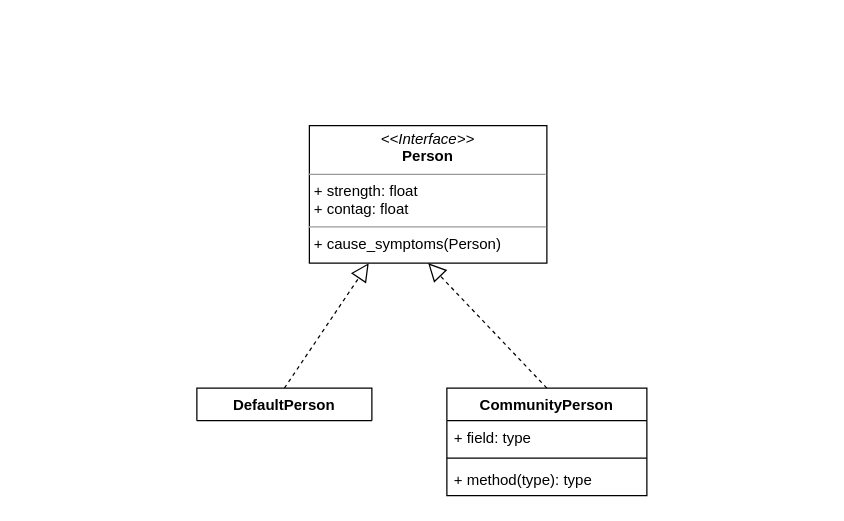
The draw.io diagram diagrams/Person Class.drawio in rolkon/covid-gof-patterns, before the edit. Source tidied: cells renumbered, new cells numbered last; positions are measured from the earlier drawing's top-left corner, leaving out a move shared by most shapes. Both pictures are drawn from the tidied source at 125%, with x=0, y=0 at pixel (196, 125).
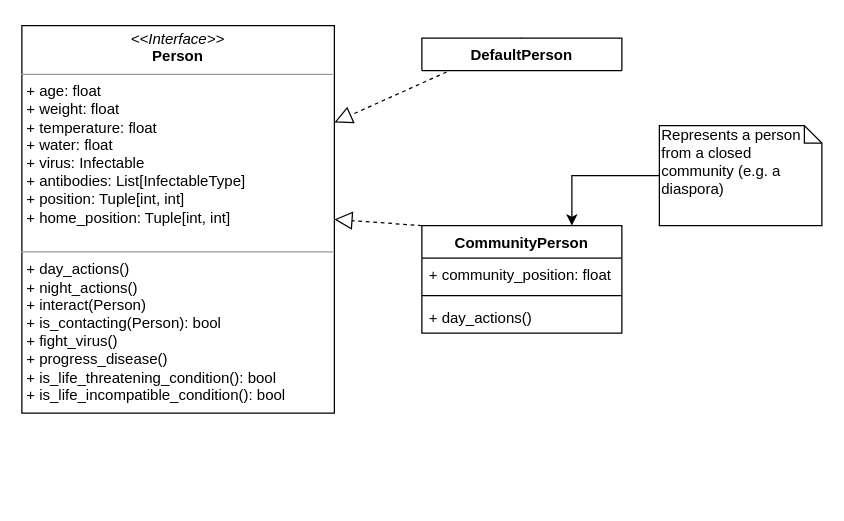
The same diagram, later.

Diff of the diagram source:
```diff
@@
 <mxGraphModel>
   <root>
     <mxCell id="0" />
     <mxCell id="1" parent="0" />
-    <mxCell id="2" value="&lt;p style=&quot;margin: 0px ; margin-top: 4px ; text-align: center&quot;&gt;&lt;i&gt;&amp;lt;&amp;lt;Interface&amp;gt;&amp;gt;&lt;/i&gt;&lt;br&gt;&lt;b&gt;Person&lt;/b&gt;&lt;/p&gt;&lt;hr size=&quot;1&quot;&gt;&lt;p style=&quot;margin: 0px ; margin-left: 4px&quot;&gt;+ strength: float&lt;br&gt;+ contag: float&lt;/p&gt;&lt;hr size=&quot;1&quot;&gt;&lt;p style=&quot;margin: 0px ; margin-left: 4px&quot;&gt;+ cause_symptoms(Person)&lt;/p&gt;" style="verticalAlign=top;align=left;overflow=fill;fontSize=12;fontFamily=Helvetica;html=1;" parent="1" vertex="1">
-      <mxGeometry x="90" width="190" height="110" as="geometry" />
+    <mxCell id="2" value="&lt;p style=&quot;margin: 0px ; margin-top: 4px ; text-align: center&quot;&gt;&lt;i&gt;&amp;lt;&amp;lt;Interface&amp;gt;&amp;gt;&lt;/i&gt;&lt;br&gt;&lt;b&gt;Person&lt;/b&gt;&lt;/p&gt;&lt;hr size=&quot;1&quot;&gt;&lt;p style=&quot;margin: 0px ; margin-left: 4px&quot;&gt;+ age: float&lt;br&gt;+ weight: float&lt;/p&gt;&lt;p style=&quot;margin: 0px ; margin-left: 4px&quot;&gt;+ temperature: float&lt;/p&gt;&lt;p style=&quot;margin: 0px ; margin-left: 4px&quot;&gt;+ water: float&lt;/p&gt;&lt;p style=&quot;margin: 0px ; margin-left: 4px&quot;&gt;+ virus: Infectable&lt;/p&gt;&lt;p style=&quot;margin: 0px ; margin-left: 4px&quot;&gt;+ antibodies: List[InfectableType]&lt;/p&gt;&lt;p style=&quot;margin: 0px ; margin-left: 4px&quot;&gt;+ position: Tuple[int, int]&lt;/p&gt;&lt;p style=&quot;margin: 0px ; margin-left: 4px&quot;&gt;+ home_position: Tuple[int, int]&lt;/p&gt;&lt;br&gt;&lt;hr size=&quot;1&quot;&gt;&lt;p style=&quot;margin: 0px ; margin-left: 4px&quot;&gt;+&amp;nbsp;day_actions()&lt;br&gt;&lt;/p&gt;&lt;p style=&quot;margin: 0px ; margin-left: 4px&quot;&gt;+ night_actions()&lt;/p&gt;&lt;p style=&quot;margin: 0px ; margin-left: 4px&quot;&gt;+&amp;nbsp;interact(Person)&lt;/p&gt;&lt;p style=&quot;margin: 0px ; margin-left: 4px&quot;&gt;+&amp;nbsp;is_contacting(Person): bool&lt;/p&gt;&lt;p style=&quot;margin: 0px ; margin-left: 4px&quot;&gt;+&amp;nbsp;fight_virus()&lt;/p&gt;&lt;p style=&quot;margin: 0px ; margin-left: 4px&quot;&gt;+&amp;nbsp;progress_disease()&lt;/p&gt;&lt;p style=&quot;margin: 0px ; margin-left: 4px&quot;&gt;+&amp;nbsp;is_life_threatening_condition(): bool&lt;/p&gt;&lt;p style=&quot;margin: 0px ; margin-left: 4px&quot;&gt;+ is_life_incompatible_condition(): bool&lt;br&gt;&lt;/p&gt;" style="verticalAlign=top;align=left;overflow=fill;fontSize=12;fontFamily=Helvetica;html=1;" parent="1" vertex="1">
+      <mxGeometry x="-140" y="-80" width="250" height="310" as="geometry" />
     </mxCell>
-    <mxCell id="3" style="endArrow=block;dashed=1;endFill=0;endSize=12;html=1;exitX=0.5;exitY=0;exitDx=0;exitDy=0;entryX=0.25;entryY=1;entryDx=0;entryDy=0;" parent="1" edge="1" source="5" target="2">
+    <mxCell id="3" style="endArrow=block;dashed=1;endFill=0;endSize=12;html=1;exitX=0.5;exitY=0;exitDx=0;exitDy=0;entryX=1;entryY=0.25;entryDx=0;entryDy=0;" parent="1" edge="1" source="5" target="2">
       <mxGeometry relative="1" as="geometry" />
     </mxCell>
-    <mxCell id="4" style="endArrow=block;dashed=1;endFill=0;endSize=12;html=1;exitX=0.5;exitY=0;exitDx=0;exitDy=0;entryX=0.5;entryY=1;entryDx=0;entryDy=0;" parent="1" edge="1" source="6" target="2">
+    <mxCell id="4" style="endArrow=block;dashed=1;endFill=0;endSize=12;html=1;exitX=0;exitY=0;exitDx=0;exitDy=0;entryX=1;entryY=0.5;entryDx=0;entryDy=0;" parent="1" edge="1" source="6" target="2">
       <mxGeometry relative="1" as="geometry" />
     </mxCell>
-    <mxCell id="5" value="DefaultPerson" style="swimlane;fontStyle=1;align=center;verticalAlign=top;horizontal=1;startSize=26;" parent="1" vertex="1" collapsed="1">
-      <mxGeometry y="210" width="140" height="26" as="geometry" />
-    </mxCell>
+    <mxCell id="10" style="edgeStyle=orthogonalEdgeStyle;rounded=0;jettySize=auto;html=1;entryX=0.75;entryY=0;entryDx=0;entryDy=0;" parent="1" edge="1" source="11" target="6">
+      <mxGeometry relative="1" as="geometry" />
+    </mxCell>
+    <mxCell id="11" value="Represents a person from a closed community (e.g. a diaspora)" style="shape=note;whiteSpace=wrap;html=1;size=14;verticalAlign=top;align=left;spacingTop=-6;" parent="1" vertex="1">
+      <mxGeometry x="370" width="130" height="80" as="geometry" />
+    </mxCell>
     <mxCell id="6" value="CommunityPerson" style="swimlane;fontStyle=1;align=center;verticalAlign=top;horizontal=1;startSize=26;" parent="1" vertex="1">
-      <mxGeometry x="200" y="210" width="160" height="86" as="geometry" />
+      <mxGeometry x="180" y="80" width="160" height="86" as="geometry" />
     </mxCell>
-    <mxCell id="7" value="+ field: type" style="text;strokeColor=none;fillColor=none;align=left;verticalAlign=top;spacingLeft=4;spacingRight=4;overflow=hidden;" parent="6" vertex="1">
+    <mxCell id="7" value="+ community_position: float" style="text;strokeColor=none;fillColor=none;align=left;verticalAlign=top;spacingLeft=4;spacingRight=4;overflow=hidden;" parent="6" vertex="1">
       <mxGeometry y="26" width="160" height="26" as="geometry" />
     </mxCell>
     <mxCell id="8" style="line;strokeWidth=1;fillColor=none;align=left;verticalAlign=middle;spacingTop=-1;spacingLeft=3;spacingRight=3;labelPosition=right;" parent="6" vertex="1">
       <mxGeometry y="52" width="160" height="8" as="geometry" />
     </mxCell>
-    <mxCell id="9" value="+ method(type): type" style="text;strokeColor=none;fillColor=none;align=left;verticalAlign=top;spacingLeft=4;spacingRight=4;overflow=hidden;" parent="6" vertex="1">
+    <mxCell id="9" value="+ day_actions()" style="text;strokeColor=none;fillColor=none;align=left;verticalAlign=top;spacingLeft=4;spacingRight=4;overflow=hidden;" parent="6" vertex="1">
       <mxGeometry y="60" width="160" height="26" as="geometry" />
     </mxCell>
+    <mxCell id="5" value="DefaultPerson" style="swimlane;fontStyle=1;align=center;verticalAlign=top;horizontal=1;startSize=26;" parent="1" vertex="1" collapsed="1">
+      <mxGeometry x="180" y="-70" width="160" height="26" as="geometry" />
+    </mxCell>
   </root>
 </mxGraphModel>
```
